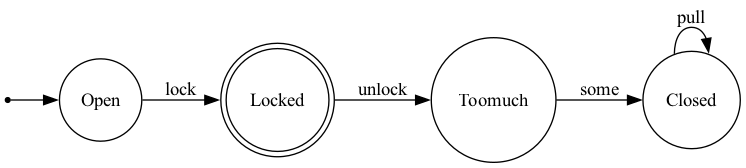
Earlier version of the Graphviz export bin/graph.png (P4-Group2-Compiler/P4-State-Lang). Its source is kept beside it as bin/graph.gv.
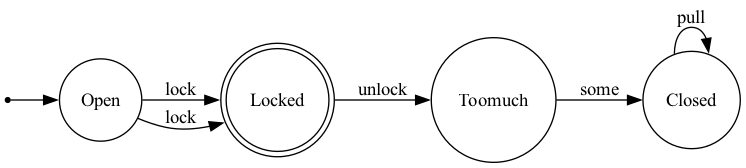
Above is the later version.

The edit, as a diff of the source:
```diff
@@ -4,6 +4,7 @@
  null [shape = point;];
 null -> Open;
 Open -> Locked [label="lock"];
+Open -> Locked [label="lock"];
 Closed -> Closed [label="pull"];
 Locked -> Toomuch [label="unlock"];
 Toomuch -> Closed [label="some"];
```
